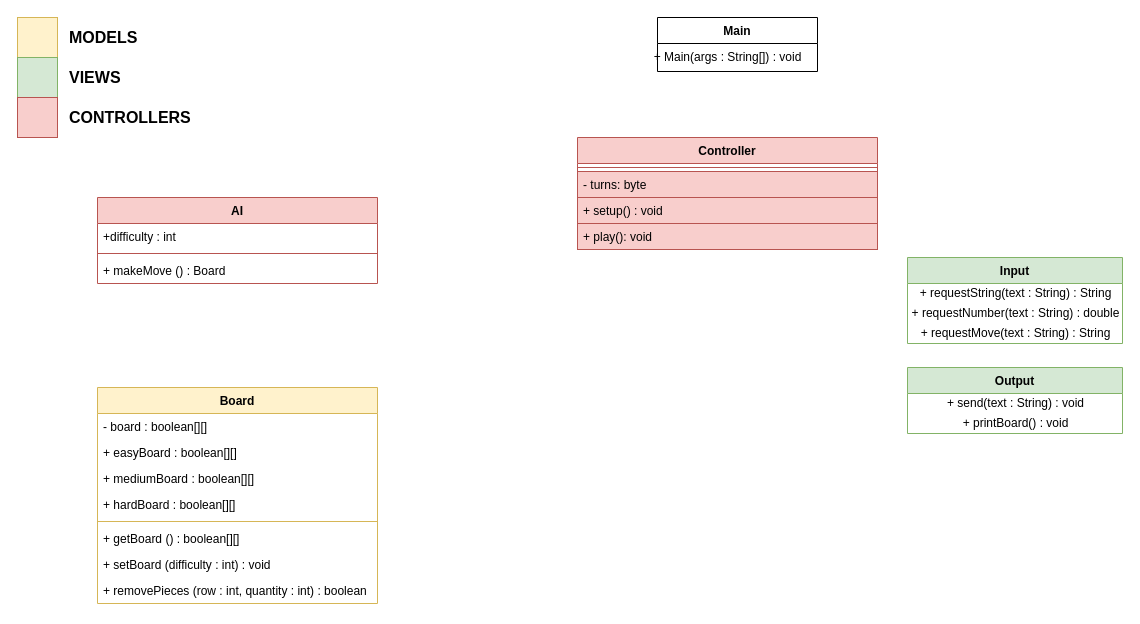
The draw.io diagram UML-PSE.drawio in EShrestha/PSE-GameOfNim, before the edit. Source tidied: cells renumbered, new cells numbered last; positions are measured from the earlier drawing's top-left corner, leaving out a move shared by most shapes. Both pictures are drawn from the tidied source at 100%, with x=0, y=0 at pixel (17, 17).
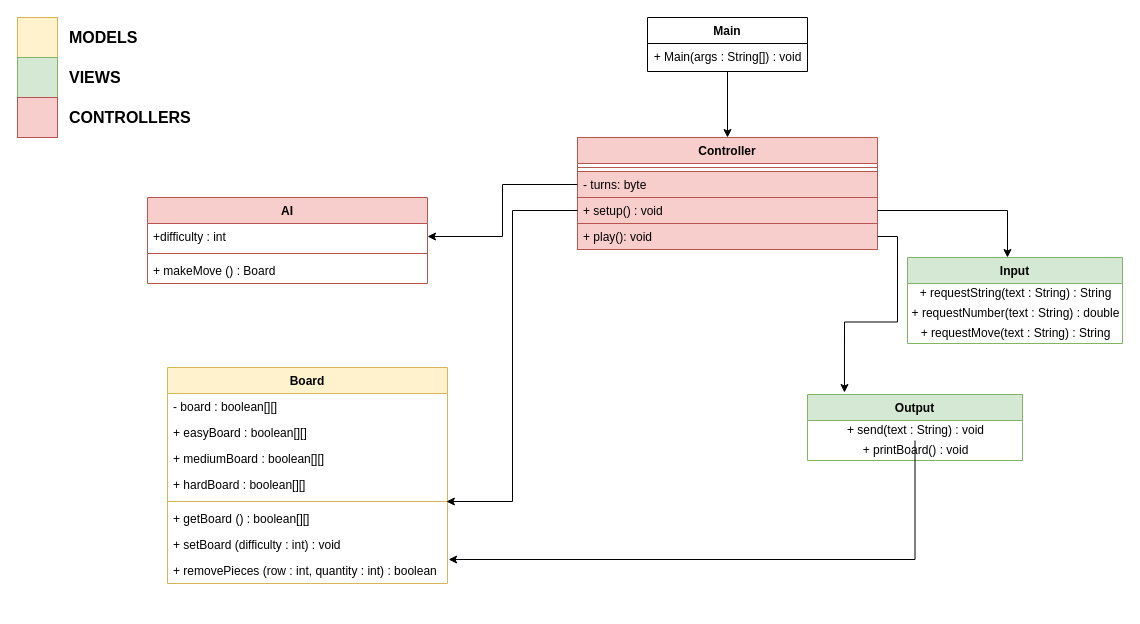
Above is the later version.

Commit message:
UML Connections

Unchanged cells that the change refers to:
```xml
<mxCell id="10" value="Input" style="swimlane;fontStyle=1;align=center;verticalAlign=top;horizontal=1;startSize=26;fillColor=#d5e8d4;strokeColor=#82b366;" parent="1" vertex="1">
  <mxGeometry x="890" y="240" width="215" height="86" as="geometry" />
</mxCell>
<mxCell id="15" value="+ send(text : String) : void" style="text;html=1;align=center;verticalAlign=middle;points=[];" parent="14" vertex="1">
  <mxGeometry y="26" width="215" height="20" as="geometry" />
</mxCell>
<mxCell id="17" value="Controller" style="swimlane;fontStyle=1;align=center;verticalAlign=top;horizontal=1;startSize=26;fillColor=#f8cecc;strokeColor=#b85450;" parent="1" vertex="1">
  <mxGeometry x="560" y="120" width="300" height="112" as="geometry" />
</mxCell>
<mxCell id="19" value="- turns: byte" style="text;strokeColor=#b85450;fillColor=#f8cecc;align=left;verticalAlign=top;spacingLeft=4;spacingRight=4;overflow=hidden;points=[[0,0.5],[1,0.5]];portConstraint=eastwest;" parent="17" vertex="1">
  <mxGeometry y="34" width="300" height="26" as="geometry" />
</mxCell>
<mxCell id="20" value="+ setup() : void" style="text;strokeColor=#b85450;fillColor=#f8cecc;align=left;verticalAlign=top;spacingLeft=4;spacingRight=4;overflow=hidden;points=[[0,0.5],[1,0.5]];portConstraint=eastwest;" parent="17" vertex="1">
  <mxGeometry y="60" width="300" height="26" as="geometry" />
</mxCell>
<mxCell id="21" value="+ play(): void" style="text;strokeColor=#b85450;fillColor=#f8cecc;align=left;verticalAlign=top;spacingLeft=4;spacingRight=4;overflow=hidden;points=[[0,0.5],[1,0.5]];portConstraint=eastwest;" parent="17" vertex="1">
  <mxGeometry y="86" width="300" height="26" as="geometry" />
</mxCell>
<mxCell id="23" value="+difficulty : int" style="text;strokeColor=none;fillColor=none;align=left;verticalAlign=top;spacingLeft=4;spacingRight=4;overflow=hidden;points=[[0,0.5],[1,0.5]];portConstraint=eastwest;" parent="22" vertex="1">
  <mxGeometry y="26" width="280" height="26" as="geometry" />
</mxCell>
<mxCell id="32" value="+ getBoard () : boolean[][]" style="text;fillColor=none;align=left;verticalAlign=top;spacingLeft=4;spacingRight=4;overflow=hidden;points=[[0,0.5],[1,0.5]];portConstraint=eastwest;" parent="26" vertex="1">
  <mxGeometry y="138" width="280" height="26" as="geometry" />
</mxCell>
<mxCell id="34" value="+ removePieces (row : int, quantity : int) : boolean" style="text;fillColor=none;align=left;verticalAlign=top;spacingLeft=4;spacingRight=4;overflow=hidden;points=[[0,0.5],[1,0.5]];portConstraint=eastwest;" parent="26" vertex="1">
  <mxGeometry y="190" width="280" height="26" as="geometry" />
</mxCell>
```

Change to the diagram source:
```diff
@@
+    <mxCell id="35" style="edgeStyle=orthogonalEdgeStyle;rounded=0;jettySize=auto;html=1;" parent="1" edge="1" source="5" target="17">
+      <mxGeometry relative="1" as="geometry" />
+    </mxCell>
     <mxCell id="5" value="Main" style="swimlane;fontStyle=1;align=center;verticalAlign=top;horizontal=1;startSize=26;" parent="1" vertex="1">
-      <mxGeometry x="640" width="160" height="54" as="geometry" />
+      <mxGeometry x="630" width="160" height="54" as="geometry" />
     </mxCell>
@@
     <mxCell id="14" value="Output" style="swimlane;fontStyle=1;align=center;verticalAlign=top;horizontal=1;startSize=26;fillColor=#d5e8d4;strokeColor=#82b366;" parent="1" vertex="1">
-      <mxGeometry x="890" y="350" width="215" height="66" as="geometry" />
+      <mxGeometry x="790" y="377" width="215" height="66" as="geometry" />
     </mxCell>
@@
     <mxCell id="22" value="AI" style="swimlane;fontStyle=1;align=center;verticalAlign=top;horizontal=1;startSize=26;fillColor=#f8cecc;strokeColor=#b85450;" parent="1" vertex="1">
-      <mxGeometry x="80" y="180" width="280" height="86" as="geometry" />
+      <mxGeometry x="130" y="180" width="280" height="86" as="geometry" />
     </mxCell>
@@
     <mxCell id="26" value="Board" style="swimlane;fontStyle=1;align=center;verticalAlign=top;horizontal=1;startSize=26;fillColor=#fff2cc;strokeColor=#d6b656;" parent="1" vertex="1">
-      <mxGeometry x="80" y="370" width="280" height="216" as="geometry" />
+      <mxGeometry x="150" y="350" width="280" height="216" as="geometry" />
     </mxCell>
@@
+    <mxCell id="36" style="edgeStyle=orthogonalEdgeStyle;rounded=0;jettySize=auto;html=1;" parent="1" edge="1" source="19" target="23">
+      <mxGeometry relative="1" as="geometry" />
+    </mxCell>
+    <mxCell id="37" style="edgeStyle=orthogonalEdgeStyle;rounded=0;jettySize=auto;html=1;entryX=0.996;entryY=-0.154;entryDx=0;entryDy=0;entryPerimeter=0;" parent="1" edge="1" source="20" target="32">
+      <mxGeometry relative="1" as="geometry" />
+    </mxCell>
+    <mxCell id="38" style="edgeStyle=orthogonalEdgeStyle;rounded=0;jettySize=auto;html=1;entryX=0.465;entryY=0;entryDx=0;entryDy=0;entryPerimeter=0;" parent="1" edge="1" source="20" target="10">
+      <mxGeometry relative="1" as="geometry" />
+    </mxCell>
+    <mxCell id="39" style="edgeStyle=orthogonalEdgeStyle;rounded=0;jettySize=auto;html=1;entryX=0.172;entryY=-0.03;entryDx=0;entryDy=0;entryPerimeter=0;" parent="1" edge="1" source="21" target="14">
+      <mxGeometry relative="1" as="geometry" />
+    </mxCell>
+    <mxCell id="40" style="edgeStyle=orthogonalEdgeStyle;rounded=0;jettySize=auto;html=1;entryX=1.004;entryY=0.077;entryDx=0;entryDy=0;entryPerimeter=0;" parent="1" edge="1" source="15" target="34">
+      <mxGeometry relative="1" as="geometry" />
+    </mxCell>
```
